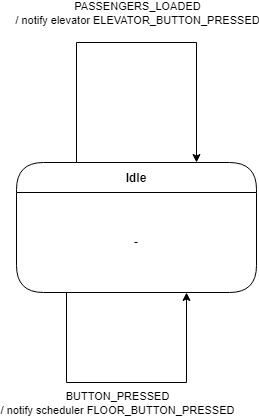
Earlier version of the draw.io export UML_Diagrams/UML_State_Diagram-Floor.drawio.png (robsim378/sysc_3303_project). Source tidied: cells renumbered, new cells last; positions are measured from the earlier drawing's top-left corner, leaving out a move shared by most shapes. Source of this version:
```xml
<mxGraphModel>
  <root>
    <mxCell id="0" />
    <mxCell id="1" parent="0" />
    <mxCell id="2" value="Idle" style="swimlane;fontStyle=1;align=center;verticalAlign=middle;horizontal=1;startSize=30;fontColor=#000000;rounded=1;arcSize=30;strokeColor=#000000;fillColor=#FFFFFF;swimlaneFillColor=#FFFFFF;" parent="1" vertex="1">
      <mxGeometry y="120" width="240" height="130" as="geometry" />
    </mxCell>
    <mxCell id="3" value="-" style="text;html=1;strokeColor=none;fillColor=none;align=center;verticalAlign=middle;spacingLeft=4;spacingRight=4;whiteSpace=wrap;overflow=hidden;fontColor=#000000;" parent="2" vertex="1">
      <mxGeometry y="30" width="240" height="100" as="geometry" />
    </mxCell>
    <mxCell id="4" value="-" style="text;html=1;strokeColor=none;fillColor=none;align=center;verticalAlign=middle;spacingLeft=4;spacingRight=4;whiteSpace=wrap;overflow=hidden;fontColor=#000000;" parent="2" vertex="1">
      <mxGeometry y="130" width="240" as="geometry" />
    </mxCell>
    <mxCell id="5" style="edgeStyle=orthogonalEdgeStyle;rounded=0;orthogonalLoop=1;jettySize=auto;html=1;" parent="1" edge="1" source="2" target="2">
      <mxGeometry relative="1" as="geometry">
        <Array as="points">
          <mxPoint x="60" />
          <mxPoint x="180" />
        </Array>
      </mxGeometry>
    </mxCell>
    <mxCell id="6" value="PASSENGERS_LOADED&lt;br style=&quot;border-color: var(--border-color);&quot;&gt;/ notify elevator ELEVATOR_BUTTON_PRESSED" style="edgeLabel;html=1;align=center;verticalAlign=middle;" parent="5" vertex="1">
      <mxGeometry x="0.26" relative="1" as="geometry">
        <mxPoint x="-47" y="-30" as="offset" />
      </mxGeometry>
    </mxCell>
    <mxCell id="7" style="edgeStyle=orthogonalEdgeStyle;rounded=0;orthogonalLoop=1;jettySize=auto;html=1;" parent="1" edge="1" source="2" target="2">
      <mxGeometry relative="1" as="geometry">
        <Array as="points">
          <mxPoint x="50" y="340" />
          <mxPoint x="170" y="340" />
        </Array>
      </mxGeometry>
    </mxCell>
    <mxCell id="8" value="BUTTON_PRESSED&lt;br style=&quot;border-color: var(--border-color);&quot;&gt;/ notify scheduler FLOOR_BUTTON_PRESSED" style="edgeLabel;html=1;align=center;verticalAlign=middle;" parent="7" vertex="1">
      <mxGeometry x="0.26" relative="1" as="geometry">
        <mxPoint x="-49" y="20" as="offset" />
      </mxGeometry>
    </mxCell>
  </root>
</mxGraphModel>
```
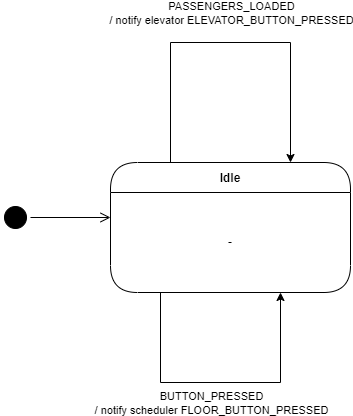
After the commit.

Commit message:
add start to state machines

The edit, as a diff of the source:
```diff
@@ -37,5 +37,11 @@
         <mxPoint x="-49" y="20" as="offset" />
       </mxGeometry>
     </mxCell>
+    <mxCell id="9" style="ellipse;html=1;shape=startState;fillColor=#000000;strokeColor=#000000;" parent="1" vertex="1">
+      <mxGeometry x="-110" y="160" width="30" height="30" as="geometry" />
+    </mxCell>
+    <mxCell id="10" style="edgeStyle=orthogonalEdgeStyle;html=1;verticalAlign=bottom;endArrow=open;endSize=8;strokeColor=#000000;rounded=0;entryX=0;entryY=0.25;entryDx=0;entryDy=0;" parent="1" edge="1" source="9" target="3">
+      <mxGeometry relative="1" as="geometry" />
+    </mxCell>
   </root>
 </mxGraphModel>
```
